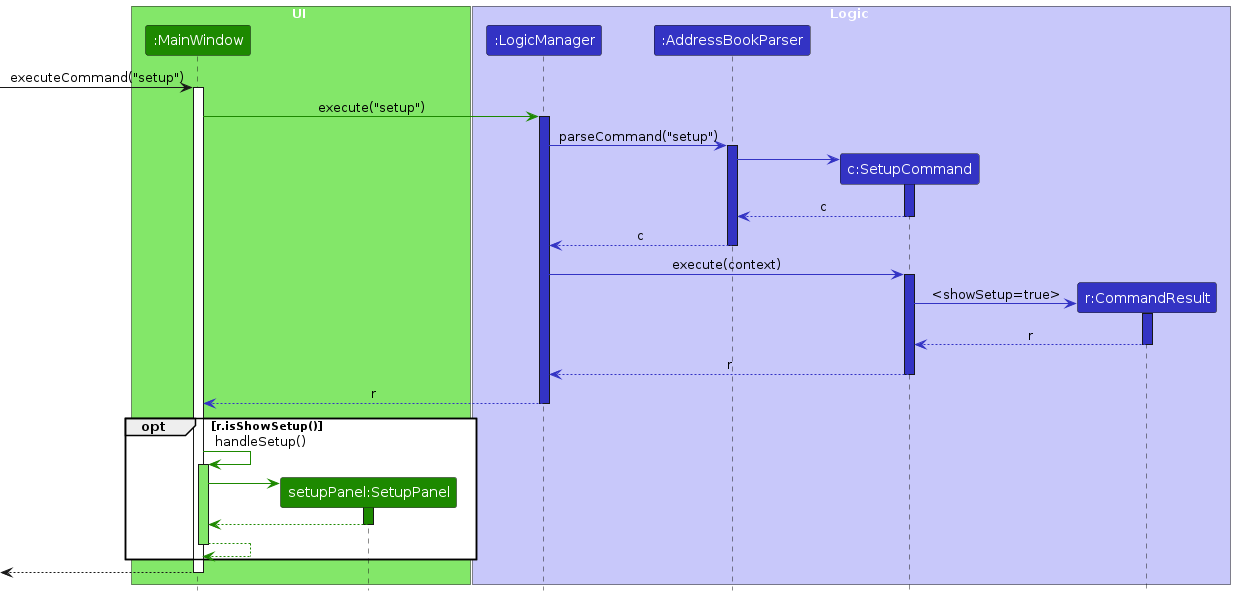
This is diagrams/SetupSequenceDiagram.png from AY2526S2-CS2103T-T15-2/tp, a PlantUML export, as it was before one commit. Its source is kept beside it as diagrams/SetupSequenceDiagram.puml. Source of this version:
```plantuml
@startuml
!include style.puml
skinparam ArrowFontStyle plain

box UI UI_COLOR_T1
participant ":MainWindow" as MainWindow UI_COLOR
participant "setupPanel:SetupPanel" as SetupPanel UI_COLOR
end box

box Logic LOGIC_COLOR_T1
participant ":LogicManager" as LogicManager LOGIC_COLOR
participant ":AddressBookParser" as AddressBookParser LOGIC_COLOR
participant "c:SetupCommand" as SetupCommand LOGIC_COLOR
participant "r:CommandResult" as CommandResult LOGIC_COLOR
end box

[-> MainWindow : executeCommand("setup")
activate MainWindow

MainWindow -[UI_COLOR]> LogicManager : execute("setup")
activate LogicManager LOGIC_COLOR

LogicManager -[LOGIC_COLOR]> AddressBookParser : parseCommand("setup")
activate AddressBookParser LOGIC_COLOR

create SetupCommand
AddressBookParser -[LOGIC_COLOR]> SetupCommand
activate SetupCommand LOGIC_COLOR

SetupCommand --[LOGIC_COLOR]> AddressBookParser : c
deactivate SetupCommand

AddressBookParser --[LOGIC_COLOR]> LogicManager : c
deactivate AddressBookParser

LogicManager -[LOGIC_COLOR]> SetupCommand : execute(context)
activate SetupCommand LOGIC_COLOR

create CommandResult
SetupCommand -[LOGIC_COLOR]> CommandResult : <showSetup=true>
activate CommandResult LOGIC_COLOR

CommandResult --[LOGIC_COLOR]> SetupCommand : r
deactivate CommandResult

SetupCommand --[LOGIC_COLOR]> LogicManager : r
deactivate SetupCommand

LogicManager --[LOGIC_COLOR]> MainWindow : r
deactivate LogicManager

opt r.isShowSetup()
    MainWindow -[UI_COLOR]> MainWindow : handleSetup()
    activate MainWindow UI_COLOR_T1

    create SetupPanel
    MainWindow -[UI_COLOR]> SetupPanel
    activate SetupPanel UI_COLOR

    SetupPanel --[UI_COLOR]> MainWindow
    deactivate SetupPanel

    MainWindow --[UI_COLOR]> MainWindow
    deactivate MainWindow
end

[<--MainWindow
deactivate MainWindow
@enduml
```
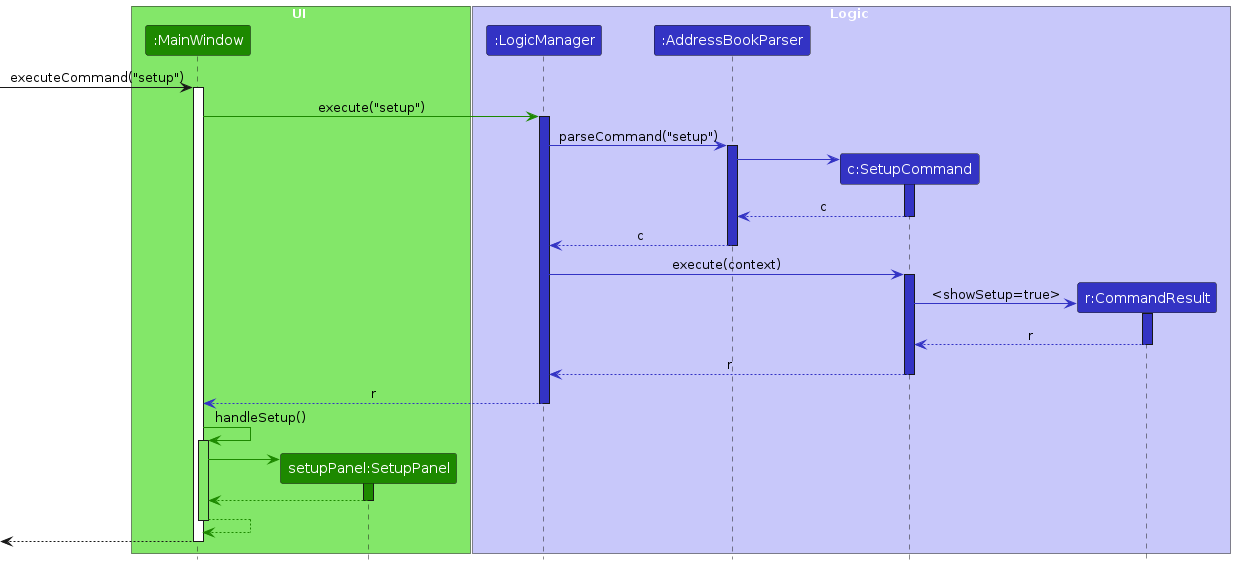
The same file after the commit.

What changed in the source:
```diff
@@ -49,20 +49,18 @@
 LogicManager --[LOGIC_COLOR]> MainWindow : r
 deactivate LogicManager
 
-opt r.isShowSetup()
-    MainWindow -[UI_COLOR]> MainWindow : handleSetup()
-    activate MainWindow UI_COLOR_T1
+MainWindow -[UI_COLOR]> MainWindow : handleSetup()
+activate MainWindow UI_COLOR_T1
 
-    create SetupPanel
-    MainWindow -[UI_COLOR]> SetupPanel
-    activate SetupPanel UI_COLOR
+create SetupPanel
+MainWindow -[UI_COLOR]> SetupPanel
+activate SetupPanel UI_COLOR
 
-    SetupPanel --[UI_COLOR]> MainWindow
-    deactivate SetupPanel
+SetupPanel --[UI_COLOR]> MainWindow
+deactivate SetupPanel
 
-    MainWindow --[UI_COLOR]> MainWindow
-    deactivate MainWindow
-end
+MainWindow --[UI_COLOR]> MainWindow
+deactivate MainWindow
 
 [<--MainWindow
 deactivate MainWindow
```
